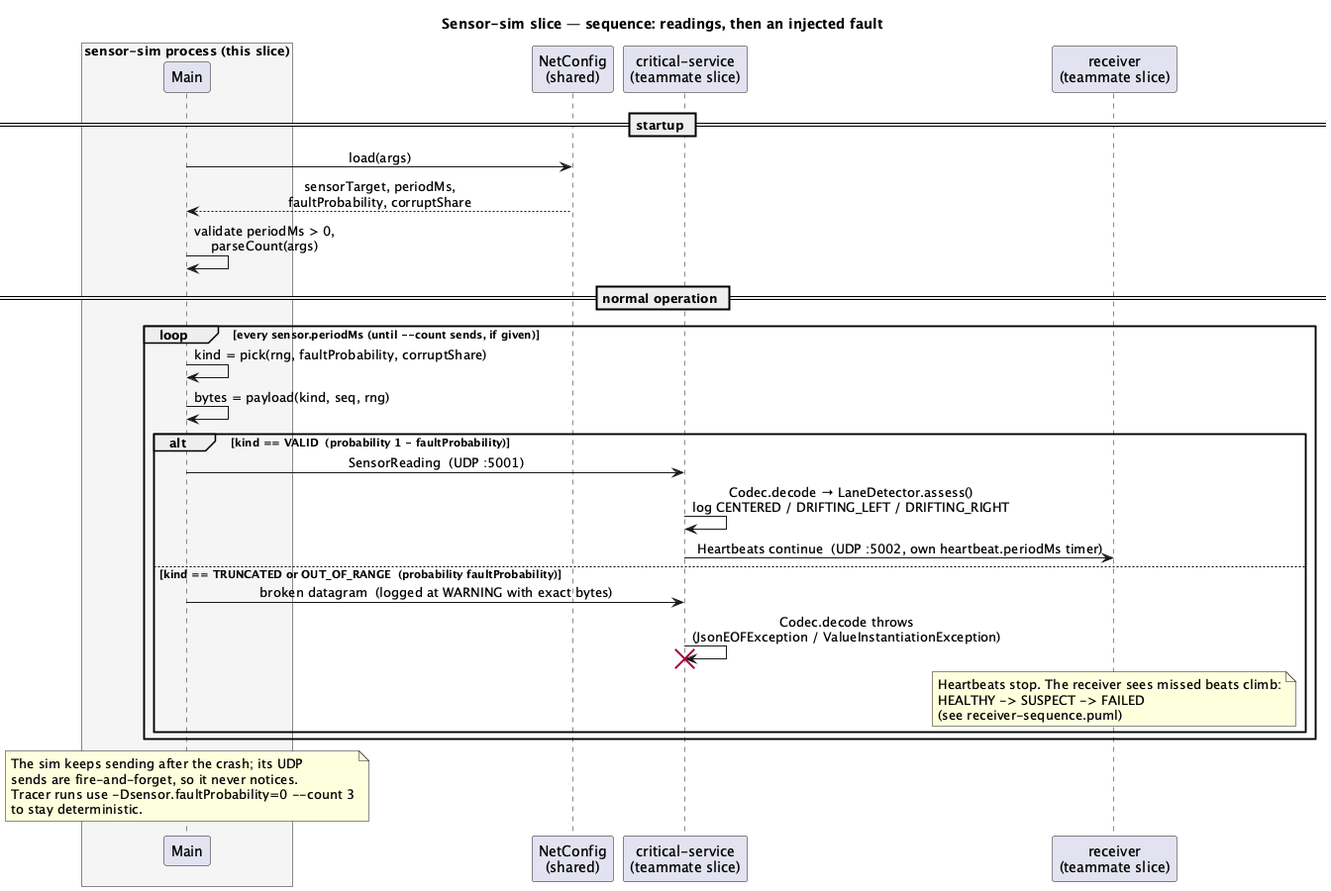
kobster68/tactic-implementation keeps this PlantUML diagram as uml/sensor-sim/sensor-sim-sequence.png. Above is the earlier version. Its diagram source:
```plantuml
@startuml sensor-sim-sequence
title Sensor-sim slice — sequence: readings, then an injected fault

skinparam shadowing false
skinparam sequenceMessageAlign center

box "sensor-sim process (this slice)" #F5F5F5
  participant "Main" as SIM
end box
participant "NetConfig\n(shared)" as CFG
participant "critical-service\n(teammate slice)" as CS
participant "receiver\n(teammate slice)" as RCV

== startup ==
SIM -> CFG : load(args)
CFG --> SIM : sensorTarget, periodMs,\nfaultProbability, corruptShare
SIM -> SIM : validate periodMs > 0,\nparseCount(args)

== normal operation ==
loop every sensor.periodMs (until --count sends, if given)
  SIM -> SIM : kind = pick(rng, faultProbability, corruptShare)
  SIM -> SIM : bytes = payload(kind, seq, rng)
  alt kind == VALID  (probability 1 - faultProbability)
    SIM -> CS : SensorReading  (UDP :5001)
    CS -> CS : Codec.decode → LaneDetector.assess()\nlog CENTERED / DRIFTING_LEFT / DRIFTING_RIGHT
    CS -> RCV : Heartbeats continue  (UDP :5002, own heartbeat.periodMs timer)
  else kind == TRUNCATED or OUT_OF_RANGE  (probability faultProbability)
    SIM -> CS : broken datagram  (logged at WARNING with exact bytes)
    CS -> CS : Codec.decode throws\n(JsonEOFException / ValueInstantiationException)
    destroy CS
    note over RCV
      Heartbeats stop. The receiver sees missed beats climb:
      HEALTHY -> SUSPECT -> FAILED
      (see receiver-sequence.puml)
    end note
  end
end

note over SIM
  The sim keeps sending after the crash; its UDP
  sends are fire-and-forget, so it never notices.
  Tracer runs use -Dsensor.faultProbability=0 --count 3
  to stay deterministic.
end note
@enduml
```
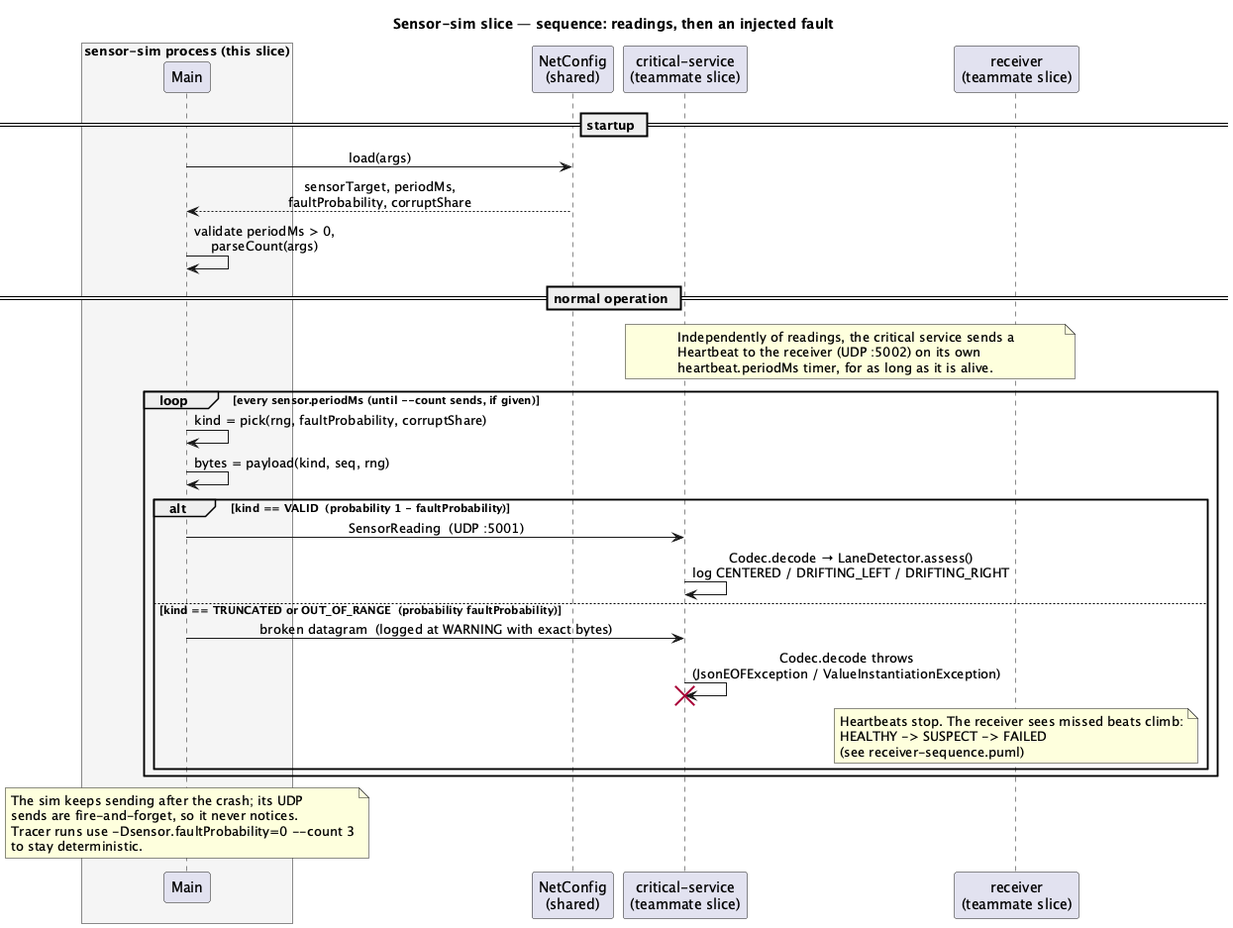
The same file after the commit.

Commit message:
docs: show critical-service heartbeats as independent of readings

Replaces the heartbeat arrow inside the VALID branch with a standalone
note, so the sequence doesn't suggest readings drive the beats.
Addresses review feedback on #6.

The edit, as a diff of the source:
```diff
@@ -17,13 +17,17 @@
 SIM -> SIM : validate periodMs > 0,\nparseCount(args)
 
 == normal operation ==
+note over CS, RCV
+  Independently of readings, the critical service sends a
+  Heartbeat to the receiver (UDP :5002) on its own
+  heartbeat.periodMs timer, for as long as it is alive.
+end note
 loop every sensor.periodMs (until --count sends, if given)
   SIM -> SIM : kind = pick(rng, faultProbability, corruptShare)
   SIM -> SIM : bytes = payload(kind, seq, rng)
   alt kind == VALID  (probability 1 - faultProbability)
     SIM -> CS : SensorReading  (UDP :5001)
     CS -> CS : Codec.decode → LaneDetector.assess()\nlog CENTERED / DRIFTING_LEFT / DRIFTING_RIGHT
-    CS -> RCV : Heartbeats continue  (UDP :5002, own heartbeat.periodMs timer)
   else kind == TRUNCATED or OUT_OF_RANGE  (probability faultProbability)
     SIM -> CS : broken datagram  (logged at WARNING with exact bytes)
     CS -> CS : Codec.decode throws\n(JsonEOFException / ValueInstantiationException)
```
